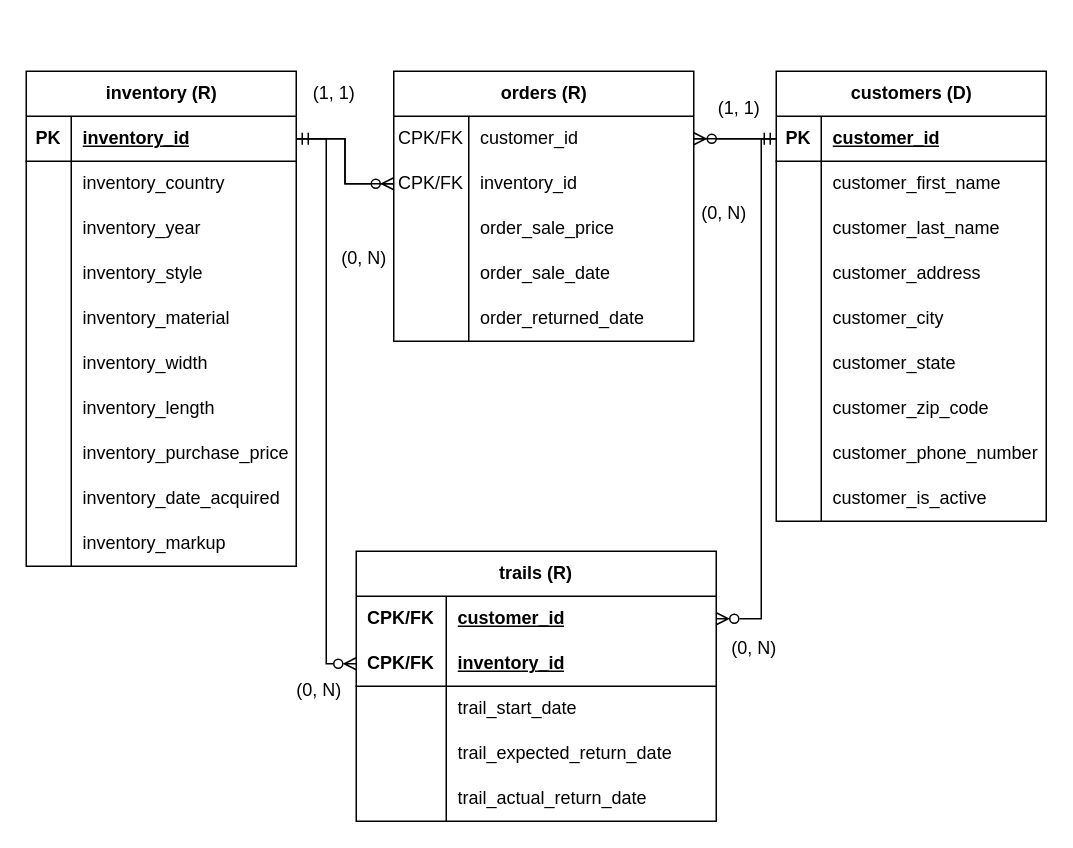
tenghoitkouch/csc362_f24_kouch keeps this draw.io diagram as lab4/flying_carpets_gallery.drawio. Above is the earlier version. Source tidied: cells renumbered, new cells numbered last; positions are measured from the earlier drawing's top-left corner, leaving out a move shared by most shapes. Both pictures are drawn from the tidied source at 150%, with x=0, y=0 at pixel (26, 70).
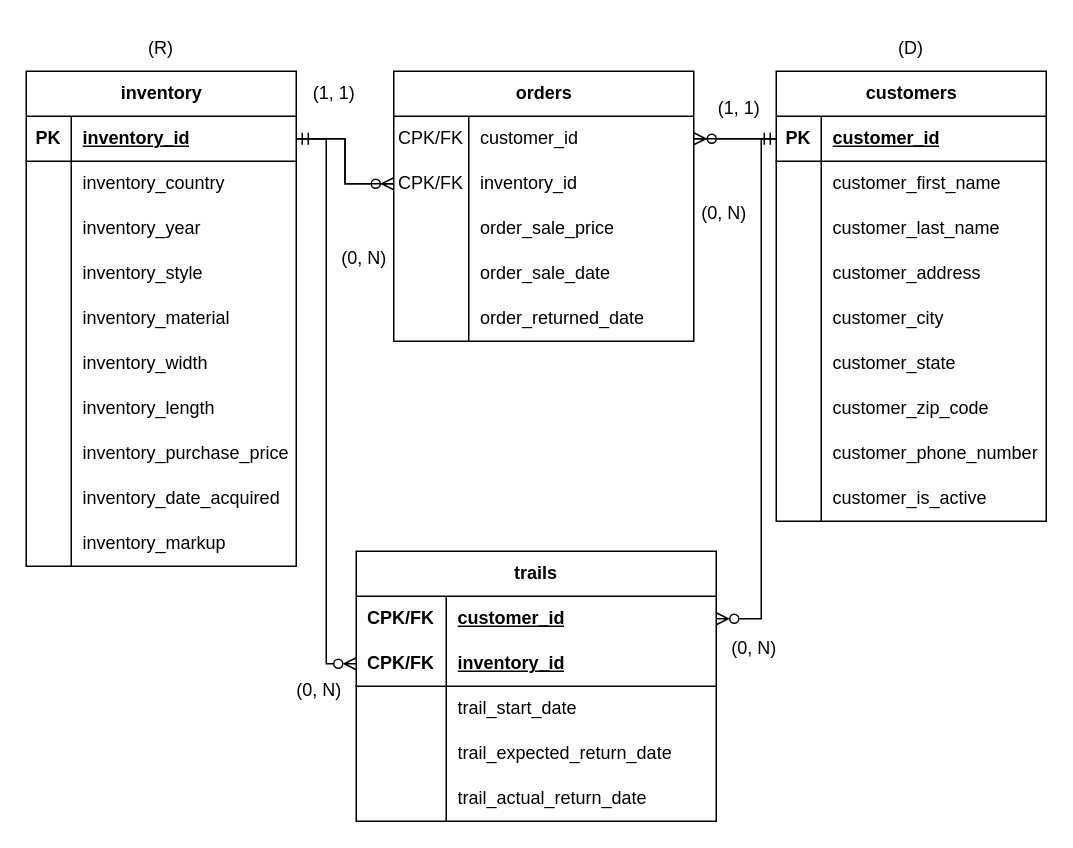
After the change.

The edit, as a diff of the source:
```diff
@@
-    <mxCell id="2" value="inventory (R)" style="shape=table;startSize=30;childLayout=tableLayout;rowLines=0;fontStyle=1;align=center;html=1;" parent="1" vertex="1">
+    <mxCell id="2" value="inventory" style="shape=table;startSize=30;childLayout=tableLayout;rowLines=0;fontStyle=1;align=center;html=1;" parent="1" vertex="1">
       <mxGeometry width="180" height="330" as="geometry" />
     </mxCell>
@@
-    <mxCell id="33" value="customers (D)" style="shape=table;startSize=30;childLayout=tableLayout;rowLines=0;fontStyle=1;align=center;html=1;" parent="1" vertex="1">
+    <mxCell id="33" value="customers" style="shape=table;startSize=30;childLayout=tableLayout;rowLines=0;fontStyle=1;align=center;html=1;" parent="1" vertex="1">
       <mxGeometry x="500" width="180" height="300" as="geometry" />
     </mxCell>
@@
-    <mxCell id="61" value="orders (R)" style="shape=table;startSize=30;childLayout=tableLayout;rowLines=0;fontStyle=1;align=center;html=1;" parent="1" vertex="1">
+    <mxCell id="61" value="orders" style="shape=table;startSize=30;childLayout=tableLayout;rowLines=0;fontStyle=1;align=center;html=1;" parent="1" vertex="1">
       <mxGeometry x="245" width="200" height="180" as="geometry" />
     </mxCell>
@@
-    <mxCell id="77" value="trails (R)" style="shape=table;startSize=30;childLayout=tableLayout;rowLines=0;fontStyle=1;align=center;html=1;whiteSpace=wrap;" parent="1" vertex="1">
+    <mxCell id="77" value="trails" style="shape=table;startSize=30;childLayout=tableLayout;rowLines=0;fontStyle=1;align=center;html=1;whiteSpace=wrap;" parent="1" vertex="1">
       <mxGeometry x="220" y="320" width="240" height="180" as="geometry" />
     </mxCell>
@@
+    <mxCell id="105" value="(R)" style="text;html=1;align=center;verticalAlign=middle;whiteSpace=wrap;rounded=0;" parent="1" vertex="1">
+      <mxGeometry x="60" y="-30" width="60" height="30" as="geometry" />
+    </mxCell>
+    <mxCell id="106" value="(D)" style="text;html=1;align=center;verticalAlign=middle;whiteSpace=wrap;rounded=0;" parent="1" vertex="1">
+      <mxGeometry x="560" y="-30" width="60" height="30" as="geometry" />
+    </mxCell>
```
